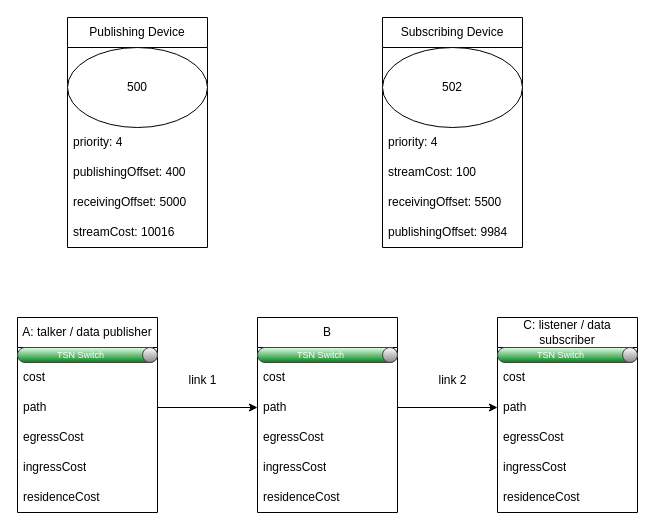
This is TSN_Calculation.drawio from RiemannLee19/UMLs, a draw.io file, before an edit. Source tidied: cells renumbered, new cells numbered last; positions are measured from the earlier drawing's top-left corner, leaving out a move shared by most shapes. Both pictures are drawn from the tidied source at 100%, with x=0, y=0 at pixel (17, 17).
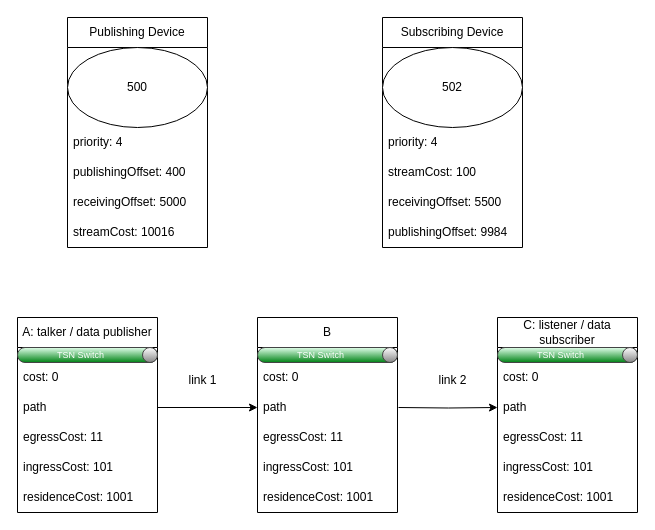
Above is the later version.

The change refers to these unchanged cells:
```xml
<mxCell id="2" value="A: talker / data publisher" style="swimlane;fontStyle=0;horizontal=1;startSize=30;whiteSpace=wrap;html=1;" parent="1" vertex="1">
  <mxGeometry y="300" width="140" height="195" as="geometry" />
</mxCell>
<mxCell id="9" value="B" style="swimlane;fontStyle=0;horizontal=1;startSize=30;whiteSpace=wrap;html=1;" parent="1" vertex="1">
  <mxGeometry x="240" y="300" width="140" height="195" as="geometry" />
</mxCell>
<mxCell id="12" value="path" style="text;strokeColor=none;fillColor=none;align=left;verticalAlign=middle;spacingLeft=4;spacingRight=4;overflow=hidden;points=[[0,0.5],[1,0.5]];portConstraint=eastwest;whiteSpace=wrap;html=1;" parent="9" vertex="1">
  <mxGeometry y="75" width="140" height="30" as="geometry" />
</mxCell>
<mxCell id="16" value="C: listener / data subscriber" style="swimlane;fontStyle=0;horizontal=1;startSize=30;whiteSpace=wrap;html=1;" parent="1" vertex="1">
  <mxGeometry x="480" y="300" width="140" height="195" as="geometry" />
</mxCell>
<mxCell id="19" value="path" style="text;strokeColor=none;fillColor=none;align=left;verticalAlign=middle;spacingLeft=4;spacingRight=4;overflow=hidden;points=[[0,0.5],[1,0.5]];portConstraint=eastwest;whiteSpace=wrap;html=1;" parent="16" vertex="1">
  <mxGeometry y="75" width="140" height="30" as="geometry" />
</mxCell>
```

What changed in the source:
```diff
@@
-    <mxCell id="4" value="cost" style="text;strokeColor=none;fillColor=none;align=left;verticalAlign=middle;spacingLeft=4;spacingRight=4;overflow=hidden;whiteSpace=wrap;html=1;" parent="2" vertex="1">
+    <mxCell id="4" value="cost: 0" style="text;strokeColor=none;fillColor=none;align=left;verticalAlign=middle;spacingLeft=4;spacingRight=4;overflow=hidden;whiteSpace=wrap;html=1;" parent="2" vertex="1">
       <mxGeometry y="45" width="140" height="30" as="geometry" />
     </mxCell>
@@
-    <mxCell id="6" value="egressCost" style="text;strokeColor=none;fillColor=none;align=left;verticalAlign=middle;spacingLeft=4;spacingRight=4;overflow=hidden;whiteSpace=wrap;html=1;" parent="2" vertex="1">
+    <mxCell id="6" value="egressCost: 11" style="text;strokeColor=none;fillColor=none;align=left;verticalAlign=middle;spacingLeft=4;spacingRight=4;overflow=hidden;whiteSpace=wrap;html=1;" parent="2" vertex="1">
       <mxGeometry y="105" width="140" height="30" as="geometry" />
     </mxCell>
-    <mxCell id="7" value="ingressCost" style="text;strokeColor=none;fillColor=none;align=left;verticalAlign=middle;spacingLeft=4;spacingRight=4;overflow=hidden;whiteSpace=wrap;html=1;" parent="2" vertex="1">
+    <mxCell id="7" value="ingressCost: 101" style="text;strokeColor=none;fillColor=none;align=left;verticalAlign=middle;spacingLeft=4;spacingRight=4;overflow=hidden;whiteSpace=wrap;html=1;" parent="2" vertex="1">
       <mxGeometry y="135" width="140" height="30" as="geometry" />
     </mxCell>
-    <mxCell id="8" value="residenceCost" style="text;strokeColor=none;fillColor=none;align=left;verticalAlign=middle;spacingLeft=4;spacingRight=4;overflow=hidden;whiteSpace=wrap;html=1;" parent="2" vertex="1">
+    <mxCell id="8" value="residenceCost: 1001" style="text;strokeColor=none;fillColor=none;align=left;verticalAlign=middle;spacingLeft=4;spacingRight=4;overflow=hidden;whiteSpace=wrap;html=1;" parent="2" vertex="1">
       <mxGeometry y="165" width="140" height="30" as="geometry" />
     </mxCell>
@@
-    <mxCell id="11" value="cost" style="text;strokeColor=none;fillColor=none;align=left;verticalAlign=middle;spacingLeft=4;spacingRight=4;overflow=hidden;whiteSpace=wrap;html=1;" parent="9" vertex="1">
-      <mxGeometry y="45" width="140" height="30" as="geometry" />
-    </mxCell>
+    <mxCell id="39" value="cost: 0" style="text;strokeColor=none;fillColor=none;align=left;verticalAlign=middle;spacingLeft=4;spacingRight=4;overflow=hidden;whiteSpace=wrap;html=1;" parent="9" vertex="1">
+      <mxGeometry y="45" width="140" height="30" as="geometry" />
+    </mxCell>
@@
-    <mxCell id="13" value="egressCost" style="text;strokeColor=none;fillColor=none;align=left;verticalAlign=middle;spacingLeft=4;spacingRight=4;overflow=hidden;whiteSpace=wrap;html=1;" parent="9" vertex="1">
-      <mxGeometry y="105" width="140" height="30" as="geometry" />
-    </mxCell>
-    <mxCell id="14" value="ingressCost" style="text;strokeColor=none;fillColor=none;align=left;verticalAlign=middle;spacingLeft=4;spacingRight=4;overflow=hidden;whiteSpace=wrap;html=1;" parent="9" vertex="1">
-      <mxGeometry y="135" width="140" height="30" as="geometry" />
-    </mxCell>
-    <mxCell id="15" value="residenceCost" style="text;strokeColor=none;fillColor=none;align=left;verticalAlign=middle;spacingLeft=4;spacingRight=4;overflow=hidden;whiteSpace=wrap;html=1;" parent="9" vertex="1">
-      <mxGeometry y="165" width="140" height="30" as="geometry" />
-    </mxCell>
+    <mxCell id="40" value="egressCost: 11" style="text;strokeColor=none;fillColor=none;align=left;verticalAlign=middle;spacingLeft=4;spacingRight=4;overflow=hidden;whiteSpace=wrap;html=1;" parent="9" vertex="1">
+      <mxGeometry y="105" width="140" height="30" as="geometry" />
+    </mxCell>
+    <mxCell id="41" value="ingressCost: 101" style="text;strokeColor=none;fillColor=none;align=left;verticalAlign=middle;spacingLeft=4;spacingRight=4;overflow=hidden;whiteSpace=wrap;html=1;" parent="9" vertex="1">
+      <mxGeometry y="135" width="140" height="30" as="geometry" />
+    </mxCell>
+    <mxCell id="42" value="residenceCost: 1001" style="text;strokeColor=none;fillColor=none;align=left;verticalAlign=middle;spacingLeft=4;spacingRight=4;overflow=hidden;whiteSpace=wrap;html=1;" parent="9" vertex="1">
+      <mxGeometry y="165" width="140" height="30" as="geometry" />
+    </mxCell>
@@
-    <mxCell id="18" value="cost" style="text;strokeColor=none;fillColor=none;align=left;verticalAlign=middle;spacingLeft=4;spacingRight=4;overflow=hidden;whiteSpace=wrap;html=1;" parent="16" vertex="1">
+    <mxCell id="18" value="cost: 0" style="text;strokeColor=none;fillColor=none;align=left;verticalAlign=middle;spacingLeft=4;spacingRight=4;overflow=hidden;whiteSpace=wrap;html=1;" parent="16" vertex="1">
       <mxGeometry y="45" width="140" height="30" as="geometry" />
     </mxCell>
@@
-    <mxCell id="20" value="egressCost" style="text;strokeColor=none;fillColor=none;align=left;verticalAlign=middle;spacingLeft=4;spacingRight=4;overflow=hidden;whiteSpace=wrap;html=1;" parent="16" vertex="1">
+    <mxCell id="20" value="egressCost: 11" style="text;strokeColor=none;fillColor=none;align=left;verticalAlign=middle;spacingLeft=4;spacingRight=4;overflow=hidden;whiteSpace=wrap;html=1;" parent="16" vertex="1">
       <mxGeometry y="105" width="140" height="30" as="geometry" />
     </mxCell>
-    <mxCell id="21" value="ingressCost" style="text;strokeColor=none;fillColor=none;align=left;verticalAlign=middle;spacingLeft=4;spacingRight=4;overflow=hidden;whiteSpace=wrap;html=1;" parent="16" vertex="1">
+    <mxCell id="21" value="ingressCost: 101" style="text;strokeColor=none;fillColor=none;align=left;verticalAlign=middle;spacingLeft=4;spacingRight=4;overflow=hidden;whiteSpace=wrap;html=1;" parent="16" vertex="1">
       <mxGeometry y="135" width="140" height="30" as="geometry" />
     </mxCell>
-    <mxCell id="22" value="residenceCost" style="text;strokeColor=none;fillColor=none;align=left;verticalAlign=middle;spacingLeft=4;spacingRight=4;overflow=hidden;whiteSpace=wrap;html=1;" parent="16" vertex="1">
+    <mxCell id="22" value="residenceCost: 1001" style="text;strokeColor=none;fillColor=none;align=left;verticalAlign=middle;spacingLeft=4;spacingRight=4;overflow=hidden;whiteSpace=wrap;html=1;" parent="16" vertex="1">
       <mxGeometry y="165" width="140" height="30" as="geometry" />
     </mxCell>
@@
-    <mxCell id="24" style="edgeStyle=orthogonalEdgeStyle;rounded=0;jettySize=auto;html=1;exitX=1;exitY=0.5;exitDx=0;exitDy=0;entryX=0;entryY=0.5;entryDx=0;entryDy=0;" parent="1" edge="1" source="12" target="19">
-      <mxGeometry relative="1" as="geometry" />
+    <mxCell id="24" style="edgeStyle=orthogonalEdgeStyle;rounded=0;jettySize=auto;html=1;entryX=0;entryY=0.5;entryDx=0;entryDy=0;" parent="1" edge="1" target="19">
+      <mxGeometry relative="1" as="geometry">
+        <mxPoint x="381" y="390" as="sourcePoint" />
+      </mxGeometry>
     </mxCell>
```
